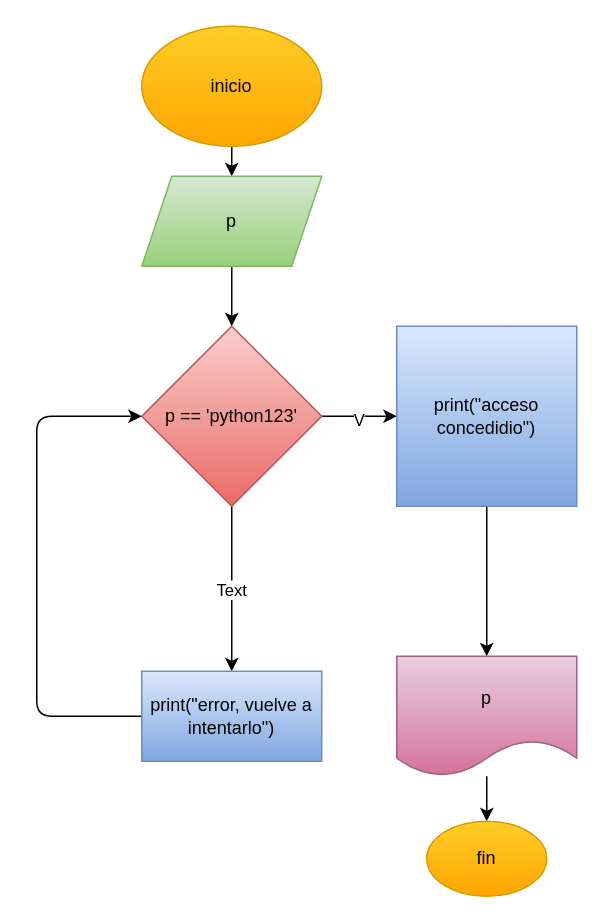
Before: ejercicio 1/diagrama.drawio in JuanManuelDiazOchoa680/Taller-instrucci-n-repetitiva-while, a draw.io diagram. Source tidied: cells renumbered, new cells numbered last; positions are measured from the earlier drawing's top-left corner, leaving out a move shared by most shapes. Both pictures are drawn from the tidied source at 150%, with x=0, y=0 at pixel (36, 26).
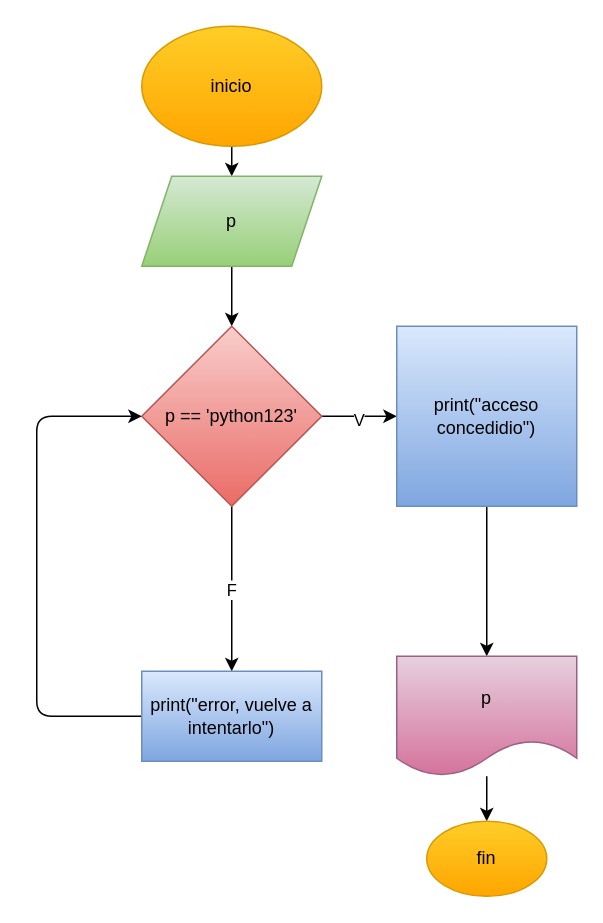
After the change.

Diff of the diagram source:
```diff
@@
 <mxGraphModel>
   <root>
     <mxCell id="0" />
     <mxCell id="1" parent="0" />
     <mxCell id="2" style="edgeStyle=none;html=1;" parent="1" edge="1" source="3" target="5">
       <mxGeometry relative="1" as="geometry" />
     </mxCell>
     <mxCell id="3" value="inicio" style="ellipse;whiteSpace=wrap;html=1;fillColor=#ffcd28;gradientColor=#ffa500;strokeColor=#d79b00;" parent="1" vertex="1">
       <mxGeometry x="70" width="120" height="80" as="geometry" />
     </mxCell>
     <mxCell id="4" style="edgeStyle=none;html=1;" parent="1" edge="1" source="5" target="10">
       <mxGeometry relative="1" as="geometry" />
     </mxCell>
     <mxCell id="5" value="p" style="shape=parallelogram;perimeter=parallelogramPerimeter;whiteSpace=wrap;html=1;fixedSize=1;fillColor=#d5e8d4;gradientColor=#97d077;strokeColor=#82b366;" parent="1" vertex="1">
       <mxGeometry x="70" y="100" width="120" height="60" as="geometry" />
     </mxCell>
     <mxCell id="6" style="edgeStyle=none;html=1;" parent="1" edge="1" source="10" target="12">
       <mxGeometry relative="1" as="geometry" />
     </mxCell>
-    <mxCell id="7" value="Text" style="edgeLabel;html=1;align=center;verticalAlign=middle;" parent="6" vertex="1">
+    <mxCell id="7" value="F" style="edgeLabel;html=1;align=center;verticalAlign=middle;" parent="6" vertex="1">
       <mxGeometry y="-1" relative="1" as="geometry" />
     </mxCell>
     <mxCell id="8" style="edgeStyle=none;html=1;" parent="1" edge="1" source="10" target="14">
       <mxGeometry relative="1" as="geometry" />
     </mxCell>
     <mxCell id="9" value="V" style="edgeLabel;html=1;align=center;verticalAlign=middle;" parent="8" vertex="1">
       <mxGeometry x="-0.04" y="-2" relative="1" as="geometry" />
     </mxCell>
     <mxCell id="10" value="p == 'python123'" style="rhombus;whiteSpace=wrap;html=1;fillColor=#f8cecc;gradientColor=#ea6b66;strokeColor=#b85450;" parent="1" vertex="1">
       <mxGeometry x="70" y="200" width="120" height="120" as="geometry" />
     </mxCell>
     <mxCell id="11" style="edgeStyle=none;html=1;entryX=0;entryY=0.5;entryDx=0;entryDy=0;" parent="1" edge="1" source="12" target="10">
       <mxGeometry relative="1" as="geometry">
         <Array as="points">
           <mxPoint y="460" />
           <mxPoint y="260" />
         </Array>
       </mxGeometry>
     </mxCell>
     <mxCell id="12" value="print(&quot;error, vuelve a intentarlo&quot;)" style="whiteSpace=wrap;html=1;fillColor=#dae8fc;gradientColor=#7ea6e0;strokeColor=#6c8ebf;" parent="1" vertex="1">
       <mxGeometry x="70" y="430" width="120" height="60" as="geometry" />
     </mxCell>
     <mxCell id="13" style="edgeStyle=none;html=1;" parent="1" edge="1" source="14" target="16">
       <mxGeometry relative="1" as="geometry" />
     </mxCell>
     <mxCell id="14" value="&lt;div&gt;&lt;span style=&quot;background-color: transparent;&quot;&gt;print(&quot;acceso concedidio&quot;)&lt;/span&gt;&lt;/div&gt;" style="whiteSpace=wrap;html=1;fillColor=#dae8fc;gradientColor=#7ea6e0;strokeColor=#6c8ebf;" parent="1" vertex="1">
       <mxGeometry x="240" y="200" width="120" height="120" as="geometry" />
     </mxCell>
     <mxCell id="15" style="edgeStyle=none;html=1;" parent="1" edge="1" source="16" target="17">
       <mxGeometry relative="1" as="geometry" />
     </mxCell>
     <mxCell id="16" value="p" style="shape=document;whiteSpace=wrap;html=1;boundedLbl=1;fillColor=#e6d0de;gradientColor=#d5739d;strokeColor=#996185;" parent="1" vertex="1">
       <mxGeometry x="240" y="420" width="120" height="80" as="geometry" />
     </mxCell>
     <mxCell id="17" value="fin" style="ellipse;whiteSpace=wrap;html=1;fillColor=#ffcd28;gradientColor=#ffa500;strokeColor=#d79b00;" parent="1" vertex="1">
       <mxGeometry x="260" y="530" width="80" height="50" as="geometry" />
     </mxCell>
   </root>
 </mxGraphModel>
```
